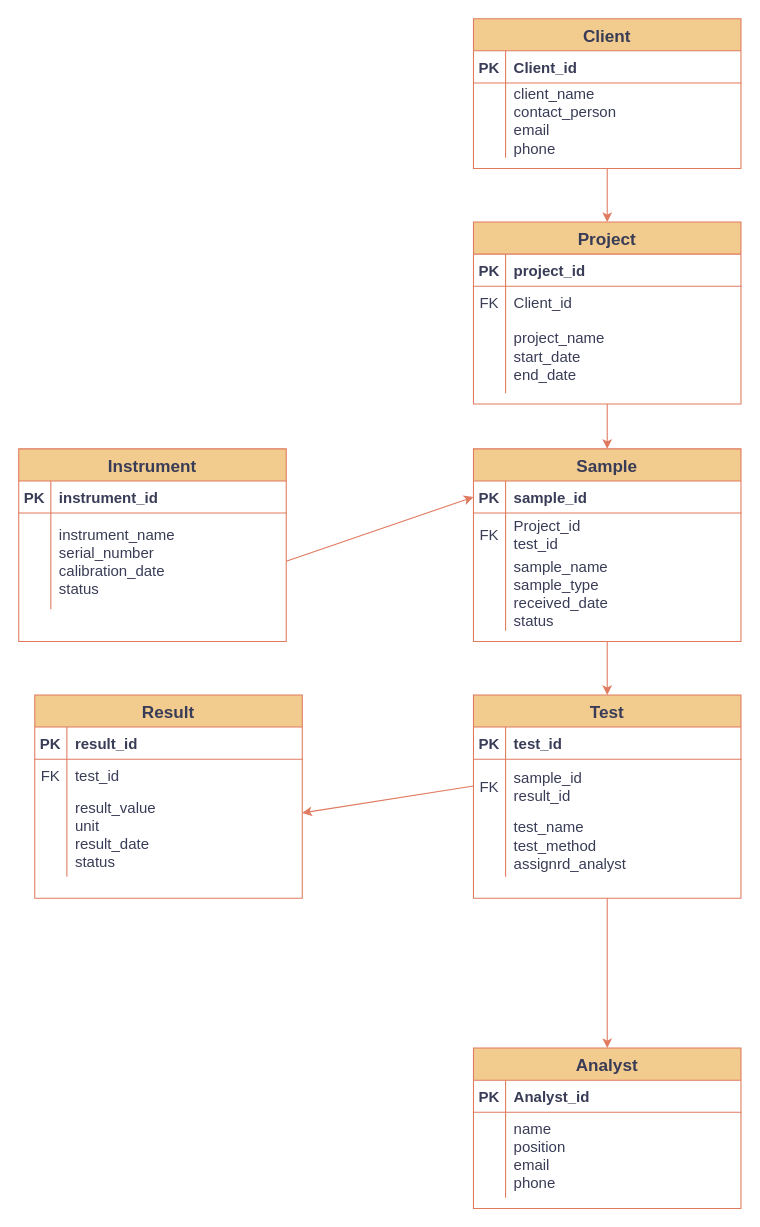
Earlier version of the draw.io diagram Darabase abd relationship.drawio (janfelix123-24/GAME-KUIS-). Source tidied: cells renumbered, new cells numbered last; positions are measured from the earlier drawing's top-left corner, leaving out a move shared by most shapes. Both pictures are drawn from the tidied source at 107%, with x=0, y=0 at pixel (18, 18).
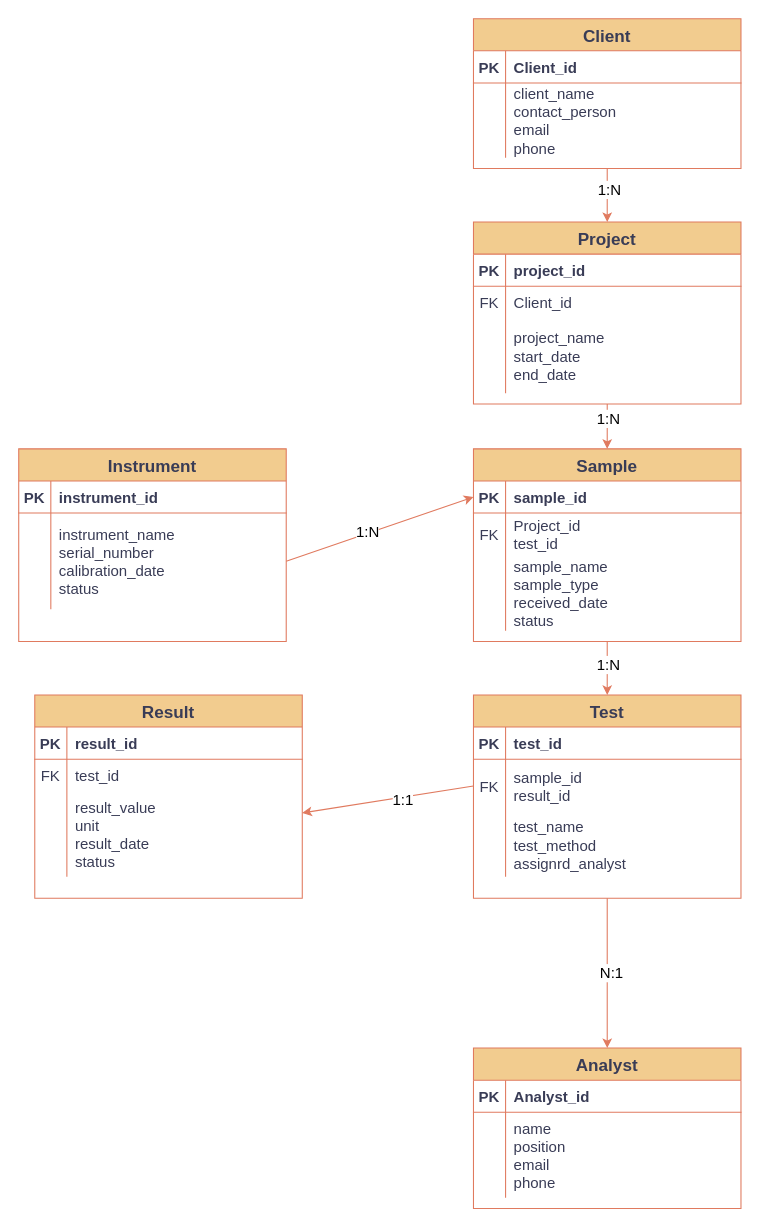
The same diagram, later.

Unchanged cells that the change refers to:
```xml
<mxCell id="2" style="rounded=0;jettySize=auto;html=1;exitX=0.5;exitY=1;exitDx=0;exitDy=0;entryX=0.5;entryY=0;entryDx=0;entryDy=0;labelBackgroundColor=none;fontColor=default;strokeColor=#E07A5F;" parent="1" edge="1" source="57" target="4">
  <mxGeometry relative="1" as="geometry" />
</mxCell>
<mxCell id="3" style="rounded=0;jettySize=auto;html=1;exitX=0.5;exitY=1;exitDx=0;exitDy=0;entryX=0.5;entryY=0;entryDx=0;entryDy=0;labelBackgroundColor=none;fontColor=default;strokeColor=#E07A5F;" parent="1" edge="1" source="4" target="47">
  <mxGeometry relative="1" as="geometry" />
</mxCell>
<mxCell id="14" style="rounded=0;jettySize=auto;html=1;exitX=0.5;exitY=1;exitDx=0;exitDy=0;entryX=0.5;entryY=0;entryDx=0;entryDy=0;labelBackgroundColor=none;fontColor=default;strokeColor=#E07A5F;" parent="1" edge="1" source="15" target="57">
  <mxGeometry relative="1" as="geometry" />
</mxCell>
<mxCell id="46" style="rounded=0;jettySize=auto;html=1;exitX=0.5;exitY=1;exitDx=0;exitDy=0;entryX=0.5;entryY=0;entryDx=0;entryDy=0;labelBackgroundColor=none;fontColor=default;strokeColor=#E07A5F;" parent="1" edge="1" source="47" target="29">
  <mxGeometry relative="1" as="geometry" />
</mxCell>
<mxCell id="67" style="rounded=0;jettySize=auto;html=1;exitX=1;exitY=0.5;exitDx=0;exitDy=0;entryX=0;entryY=0.5;entryDx=0;entryDy=0;labelBackgroundColor=none;fontColor=default;strokeColor=#E07A5F;" parent="1" edge="1" source="26" target="5">
  <mxGeometry relative="1" as="geometry" />
</mxCell>
<mxCell id="68" style="rounded=0;jettySize=auto;html=1;exitX=0;exitY=0.5;exitDx=0;exitDy=0;labelBackgroundColor=none;fontColor=default;strokeColor=#E07A5F;" parent="1" edge="1" source="51" target="43">
  <mxGeometry relative="1" as="geometry" />
</mxCell>
```

Change to the diagram source:
```diff
@@
+    <mxCell id="69" value="1:N" style="edgeLabel;html=1;align=center;verticalAlign=middle;fontSize=14;" parent="2" vertex="1">
+      <mxGeometry x="-0.37" relative="1" as="geometry" />
+    </mxCell>
@@
+    <mxCell id="70" value="1:N" style="edgeLabel;html=1;align=center;verticalAlign=middle;fontSize=14;" parent="3" vertex="1">
+      <mxGeometry x="-0.15" relative="1" as="geometry" />
+    </mxCell>
@@
+    <mxCell id="71" value="1:N" style="edgeLabel;html=1;align=center;verticalAlign=middle;fontSize=14;" parent="14" vertex="1">
+      <mxGeometry x="-0.23" y="1" relative="1" as="geometry" />
+    </mxCell>
@@
+    <mxCell id="72" value="N:1" style="edgeLabel;html=1;align=center;verticalAlign=middle;fontSize=14;" parent="46" vertex="1">
+      <mxGeometry x="-0.01" y="3" relative="1" as="geometry" />
+    </mxCell>
@@
+    <mxCell id="73" value="1:N" style="edgeLabel;html=1;align=center;verticalAlign=middle;fontSize=14;" parent="67" vertex="1">
+      <mxGeometry x="-0.13" y="2" relative="1" as="geometry" />
+    </mxCell>
@@
+    <mxCell id="74" value="1:1" style="edgeLabel;html=1;align=center;verticalAlign=middle;fontSize=14;" parent="68" vertex="1">
+      <mxGeometry x="-0.16" y="2" relative="1" as="geometry" />
+    </mxCell>
```
